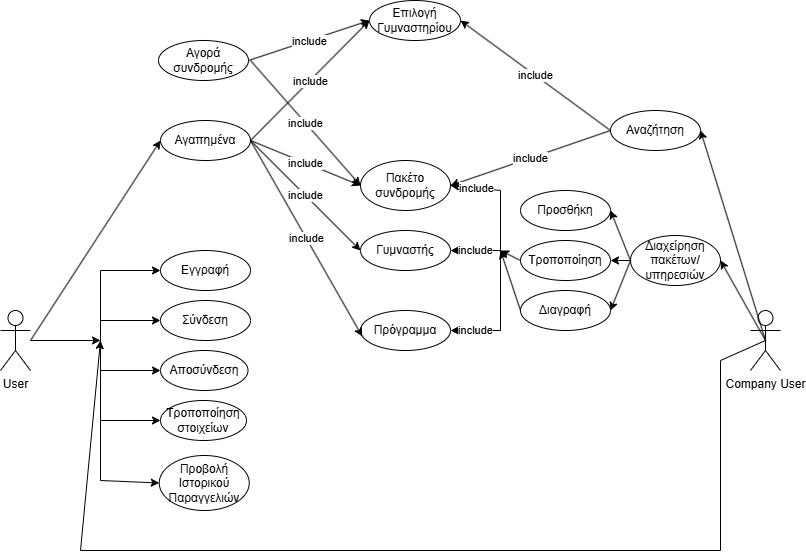
The draw.io diagram usecasesv0.1.png in kitros03/ProjectTL, before a commit. Source tidied: cells renumbered, new cells last; positions are measured from the earlier drawing's top-left corner, leaving out a move shared by most shapes.
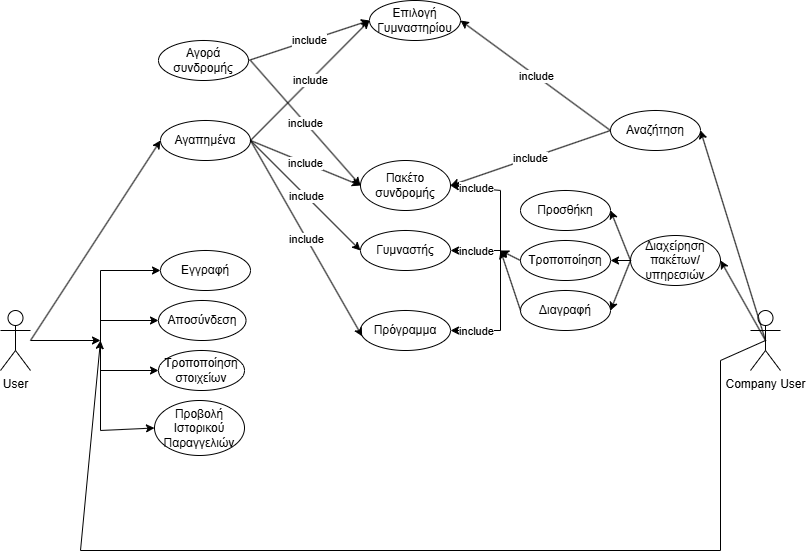
Later version of the same file.

Commit message:
aferesa tin sindesi

Change to the diagram source:
```diff
@@ -5,17 +5,14 @@
     <mxCell id="2" value="User&lt;div&gt;&lt;br&gt;&lt;/div&gt;" style="shape=umlActor;verticalLabelPosition=bottom;verticalAlign=top;html=1;outlineConnect=0;" parent="1" vertex="1">
       <mxGeometry y="310" width="30" height="60" as="geometry" />
     </mxCell>
-    <mxCell id="3" value="Σύνδεση" style="ellipse;whiteSpace=wrap;html=1;" parent="1" vertex="1">
-      <mxGeometry x="160" y="300" width="90" height="40" as="geometry" />
-    </mxCell>
     <mxCell id="4" value="Αποσύνδεση" style="ellipse;whiteSpace=wrap;html=1;" parent="1" vertex="1">
-      <mxGeometry x="160" y="350" width="87.5" height="40" as="geometry" />
+      <mxGeometry x="158" y="300" width="87.5" height="40" as="geometry" />
     </mxCell>
     <mxCell id="5" value="Εγγραφή" style="ellipse;whiteSpace=wrap;html=1;" parent="1" vertex="1">
       <mxGeometry x="160" y="250" width="90" height="40" as="geometry" />
     </mxCell>
     <mxCell id="6" value="Τροποποίηση&lt;div&gt;στοιχείων&lt;/div&gt;" style="ellipse;whiteSpace=wrap;html=1;" parent="1" vertex="1">
-      <mxGeometry x="160" y="400" width="86" height="40" as="geometry" />
+      <mxGeometry x="158" y="350" width="86" height="40" as="geometry" />
     </mxCell>
     <mxCell id="7" style="endArrow=classic;html=1;rounded=0;" parent="1" edge="1" source="2">
       <mxGeometry relative="1" as="geometry">
@@ -24,7 +21,7 @@
     </mxCell>
     <mxCell id="8" style="endArrow=none;html=1;rounded=0;" parent="1" edge="1">
       <mxGeometry relative="1" as="geometry">
-        <mxPoint x="100" y="480" as="sourcePoint" />
+        <mxPoint x="100" y="430" as="sourcePoint" />
         <mxPoint x="100" y="270" as="targetPoint" />
       </mxGeometry>
     </mxCell>
@@ -33,21 +30,16 @@
         <mxPoint x="100" y="270" as="sourcePoint" />
       </mxGeometry>
     </mxCell>
-    <mxCell id="10" style="endArrow=classic;html=1;rounded=0;entryX=0;entryY=0.5;entryDx=0;entryDy=0;" parent="1" edge="1" target="3">
+    <mxCell id="10" style="endArrow=classic;html=1;rounded=0;entryX=0;entryY=0.5;entryDx=0;entryDy=0;" parent="1" edge="1" target="4">
       <mxGeometry relative="1" as="geometry">
         <mxPoint x="100" y="320" as="sourcePoint" />
       </mxGeometry>
     </mxCell>
-    <mxCell id="11" style="endArrow=classic;html=1;rounded=0;entryX=0;entryY=0.5;entryDx=0;entryDy=0;" parent="1" edge="1" target="4">
+    <mxCell id="11" style="endArrow=classic;html=1;rounded=0;entryX=0;entryY=0.5;entryDx=0;entryDy=0;" parent="1" edge="1" target="6">
       <mxGeometry relative="1" as="geometry">
         <mxPoint x="100" y="370" as="sourcePoint" />
       </mxGeometry>
     </mxCell>
-    <mxCell id="12" style="endArrow=classic;html=1;rounded=0;entryX=0;entryY=0.5;entryDx=0;entryDy=0;" parent="1" edge="1" target="6">
-      <mxGeometry relative="1" as="geometry">
-        <mxPoint x="100" y="420" as="sourcePoint" />
-      </mxGeometry>
-    </mxCell>
     <mxCell id="13" value="Company User&lt;div&gt;&lt;br&gt;&lt;/div&gt;" style="shape=umlActor;verticalLabelPosition=bottom;verticalAlign=top;html=1;outlineConnect=0;" parent="1" vertex="1">
       <mxGeometry x="750" y="310" width="30" height="60" as="geometry" />
     </mxCell>
@@ -207,12 +199,12 @@
       </mxGeometry>
     </mxCell>
     <mxCell id="57" value="Προβολή Ιστορικού Παραγγελιών" style="ellipse;whiteSpace=wrap;html=1;" parent="1" vertex="1">
-      <mxGeometry x="158.8" y="455" width="90" height="55" as="geometry" />
+      <mxGeometry x="154" y="400" width="90" height="55" as="geometry" />
     </mxCell>
-    <mxCell id="58" style="endArrow=classic;html=1;rounded=0;entryX=0;entryY=0.5;entryDx=0;entryDy=0;" parent="1" edge="1" target="57">
-      <mxGeometry relative="1" as="geometry">
-        <mxPoint x="100" y="480" as="sourcePoint" />
-      </mxGeometry>
-    </mxCell>
+    <mxCell id="59" style="endArrow=classic;html=1;rounded=0;entryX=0;entryY=0.5;entryDx=0;entryDy=0;" parent="1" edge="1" target="57">
+      <mxGeometry relative="1" as="geometry">
+        <mxPoint x="100" y="430" as="sourcePoint" />
+      </mxGeometry>
+    </mxCell>
   </root>
 </mxGraphModel>
```
